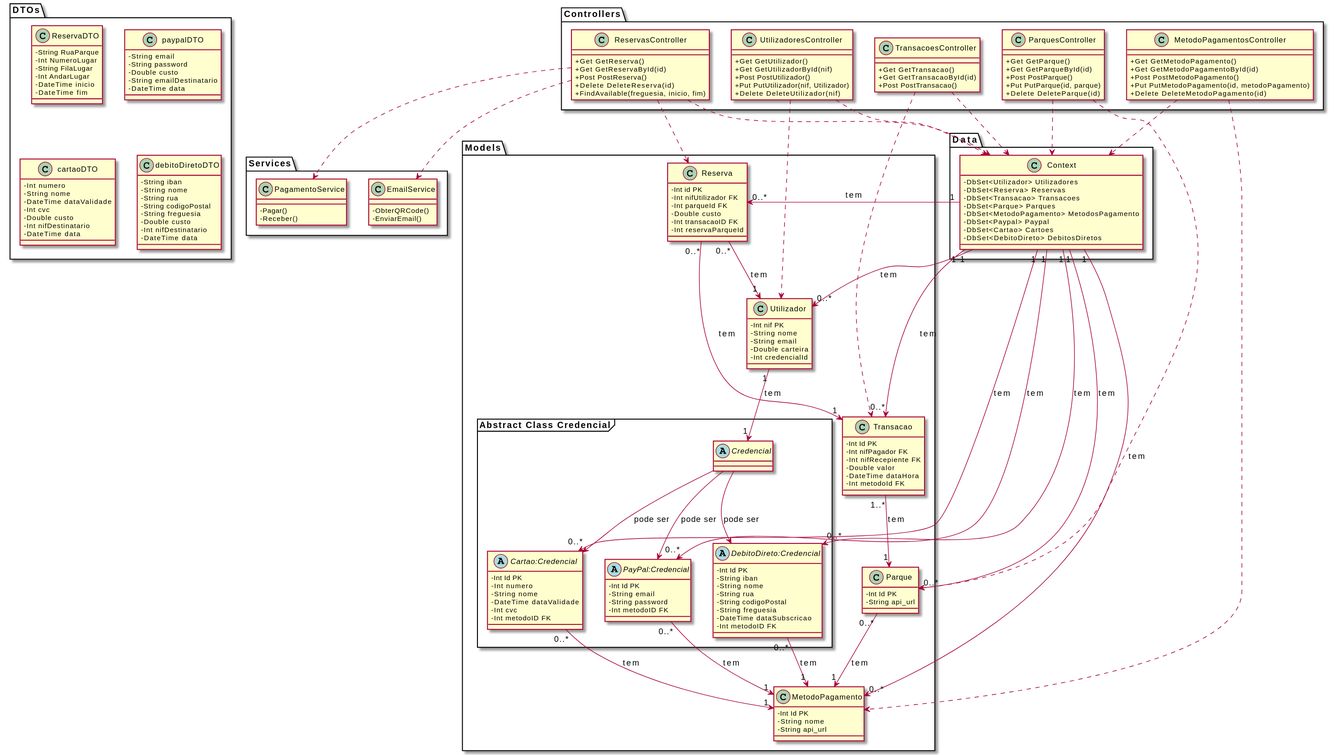
Earlier version of the PlantUML export Documentos/Sprint3/Design OO/CD.svg (UPskillDOTNET/Jakim-das-Coives-S.A.).
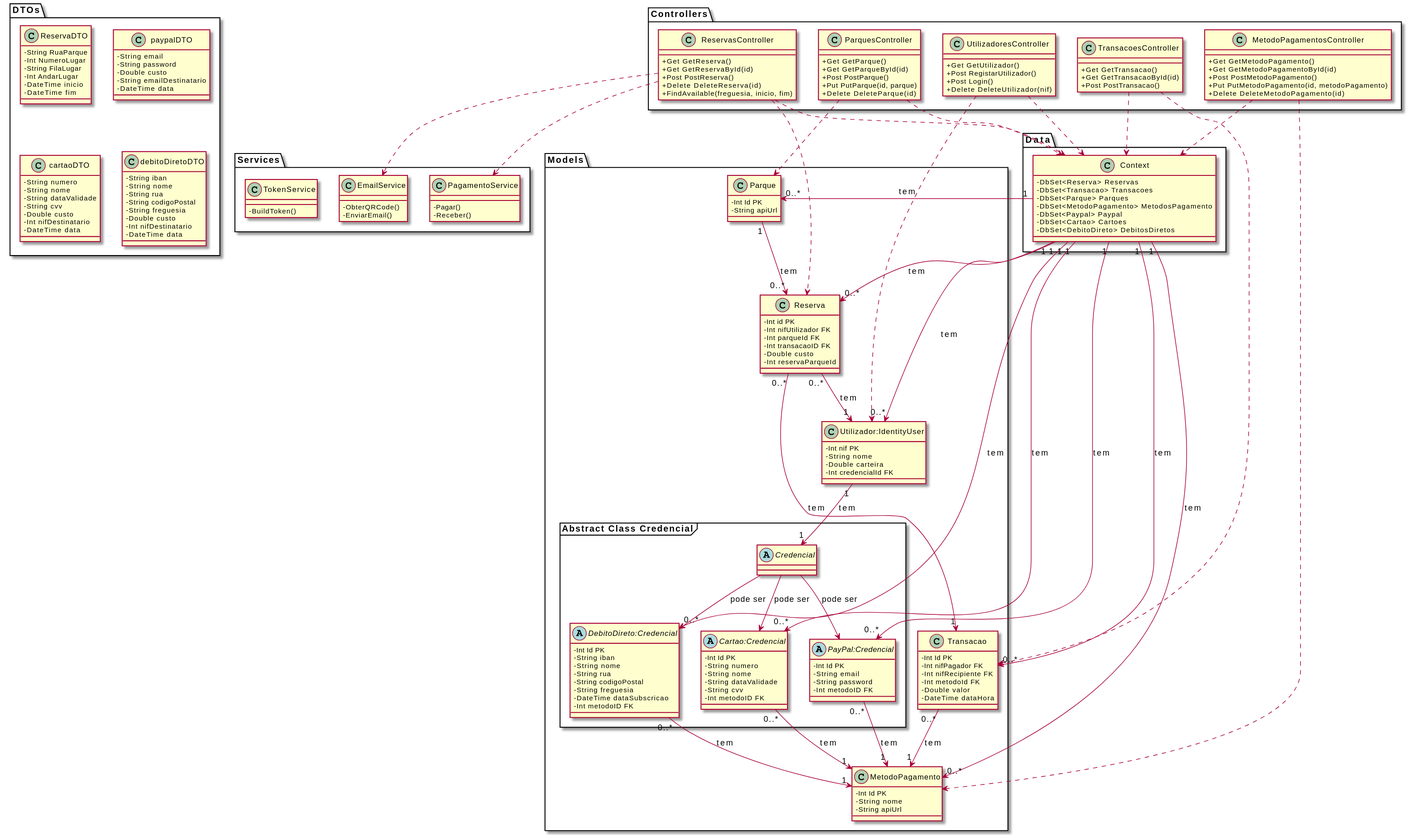
The same diagram one commit later.

What changed in the source:
```diff
@@ -13,15 +13,18 @@
   - EnviarEmail()
 }
 
+class TokenService {
+  - BuildToken()
+}
+
 }
 
 package Controllers <<Folder>> {
 
 class UtilizadoresController {
   +Get GetUtilizador()
-  +Get GetUtilizadorById(nif)
-  +Post PostUtilizador()
-  +Put PutUtilizador(nif, Utilizador)
+  +Post RegistarUtilizador()
+  +Post Login()
   +Delete DeleteUtilizador(nif)
 }
 
@@ -59,41 +62,40 @@
 
 package Models <<Folder>> {
 
-class Utilizador{
+class Utilizador:IdentityUser{
   -Int nif PK
   -String nome
-  -String email
   -Double carteira
-  -Int credencialId
+  -Int credencialId FK
 }
 
 class Reserva {
   -Int id PK
   -Int nifUtilizador FK
   -Int parqueId FK
+  -Int transacaoID FK
   -Double custo
-  -Int transacaoID FK
   -Int reservaParqueId
 }
 
 class Transacao {
   -Int Id PK
   -Int nifPagador FK
-  -Int nifRecepiente FK
+  -Int nifRecipiente FK
+  -Int metodoId FK
   -Double valor
   -DateTime dataHora
-  -Int metodoId FK
 }
 
 class Parque {
   -Int Id PK
-  -String api_url
+  -String apiUrl
 }
 
 class MetodoPagamento {
   -Int Id PK
   -String nome
-  -String api_url
+  -String apiUrl
 }
 
 package "Abstract Class Credencial" <<Frame>> {
@@ -110,10 +112,10 @@
 
 abstract Cartao:Credencial {
   -Int Id PK
-  -Int numero
+  -String numero
   -String nome
-  -DateTime dataValidade
-  -Int cvc
+  -String dataValidade
+  -String cvv
   -Int metodoID FK
 }
 
@@ -135,7 +137,6 @@
 package Data <<Folder>> {
 
 class Context {
-  -DbSet<Utilizador> Utilizadores
   -DbSet<Reserva> Reservas
   -DbSet<Transacao> Transacoes
   -DbSet<Parque> Parques
@@ -167,10 +168,10 @@
 }
 
 class cartaoDTO {
-  -Int numero
+  -String numero
   -String nome
-  -DateTime dataValidade
-  -Int cvc
+  -String dataValidade
+  -String cvv
   -Double custo
   -Int nifDestinatario
   -DateTime data
@@ -189,7 +190,7 @@
 
 }
 
-UtilizadoresController ..> Utilizador
+UtilizadoresController ..> "Utilizador:IdentityUser"
 UtilizadoresController ..> Context
 ReservasController ..> Reserva
 ReservasController ..> Context
@@ -202,7 +203,7 @@
 MetodoPagamentosController ..> MetodoPagamento
 MetodoPagamentosController ..> Context
 
-Context "1" --> "0..*" Utilizador: tem
+Context "1" --> "0..*" "Utilizador:IdentityUser": tem
 Context "1" --> "0..*" Reserva: tem
 Context "1" --> "0..*" Transacao: tem
 Context "1" --> "0..*" Parque: tem
@@ -211,11 +212,11 @@
 Context "1" --> "0..*" "Cartao:Credencial": tem
 Context "1" --> "0..*" "DebitoDireto:Credencial": tem
 
-Reserva "0..*" --> "1" Utilizador: tem
+Reserva "0..*" --> "1" "Utilizador:IdentityUser": tem
 Reserva "0..*" --> "1" Transacao: tem
-Transacao"1..*" --> "1" Parque: tem
-Parque "0..*" --> "1" MetodoPagamento: tem
-Utilizador "1" --> "1" Credencial: tem
+Transacao"0..*" --> "1" MetodoPagamento: tem
+Parque "1" --> "0..*" Reserva: tem
+"Utilizador:IdentityUser" "1" --> "1" Credencial: tem
 Credencial --> "PayPal:Credencial": pode ser
 Credencial --> "Cartao:Credencial": pode ser
 Credencial --> "DebitoDireto:Credencial": pode ser
```
